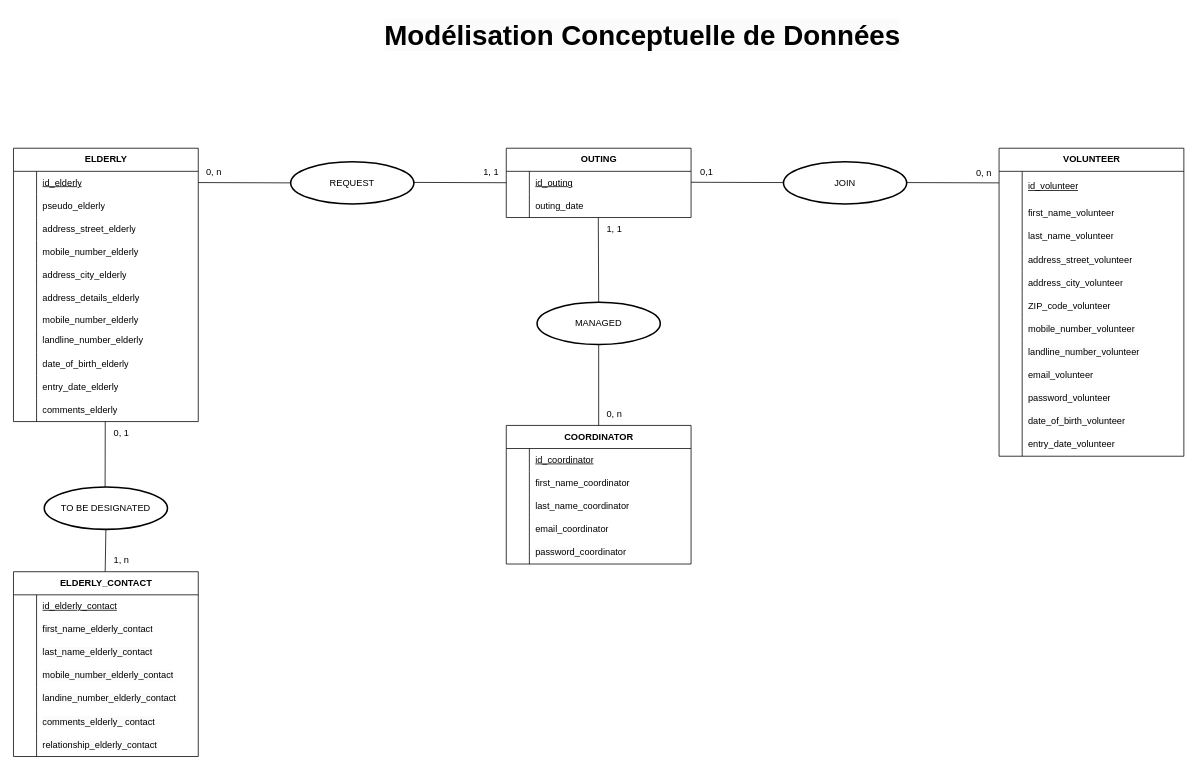
AnneGicquel/MCD_Marche_avec_Eliane keeps this draw.io diagram as page "MCD_MaE" (1 of 6) of MCD_MaE.drawio. Above is the earlier version. Source tidied: cells renumbered, new cells numbered last; positions are measured from the earlier drawing's top-left corner, leaving out a move shared by most shapes. Both pictures are drawn from the tidied source at 77%, with x=0, y=0 at pixel (13, 13).
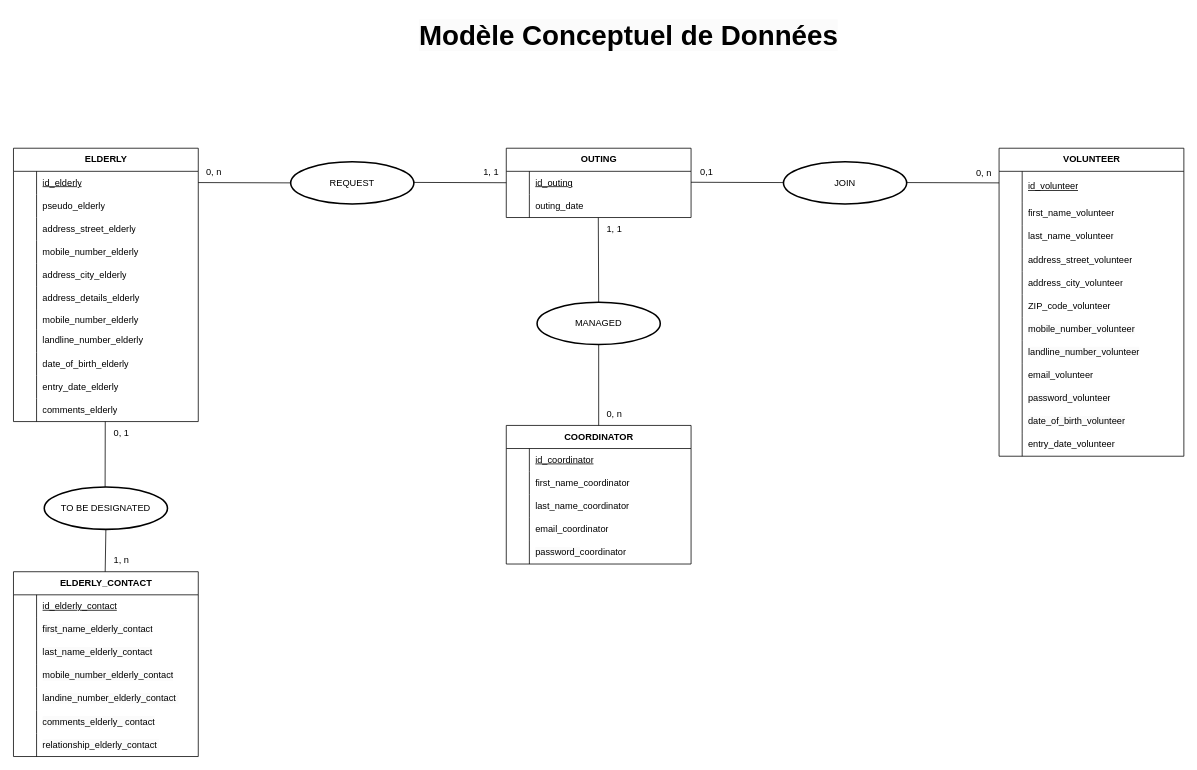
The same page after the edit.

The edit, as a diff of the source:
```diff
@@
-    <mxCell id="139" value="&lt;span style=&quot;color: rgb(0, 0, 0); font-family: montserrat; font-size: 36px; font-style: normal; font-variant-ligatures: normal; font-variant-caps: normal; font-weight: 700; letter-spacing: normal; orphans: 2; text-align: center; text-indent: 0px; text-transform: none; widows: 2; word-spacing: 0px; -webkit-text-stroke-width: 0px; white-space: nowrap; background-color: rgb(251, 251, 251); text-decoration-thickness: initial; text-decoration-style: initial; text-decoration-color: initial; display: inline !important; float: none;&quot;&gt;Modélisation Conceptuelle de Données&lt;/span&gt;" style="text;whiteSpace=wrap;html=1;" parent="1" vertex="1">
-      <mxGeometry x="480" width="560" height="70" as="geometry" />
+    <mxCell id="139" value="&lt;span style=&quot;color: rgb(0, 0, 0); font-family: montserrat; font-size: 36px; font-style: normal; font-variant-ligatures: normal; font-variant-caps: normal; font-weight: 700; letter-spacing: normal; orphans: 2; text-align: center; text-indent: 0px; text-transform: none; widows: 2; word-spacing: 0px; -webkit-text-stroke-width: 0px; white-space: nowrap; background-color: rgb(251, 251, 251); text-decoration-thickness: initial; text-decoration-style: initial; text-decoration-color: initial; display: inline !important; float: none;&quot;&gt;Modèle Conceptuel de Données&lt;/span&gt;" style="text;whiteSpace=wrap;html=1;" parent="1" vertex="1">
+      <mxGeometry x="525" width="490" height="70" as="geometry" />
     </mxCell>
```
